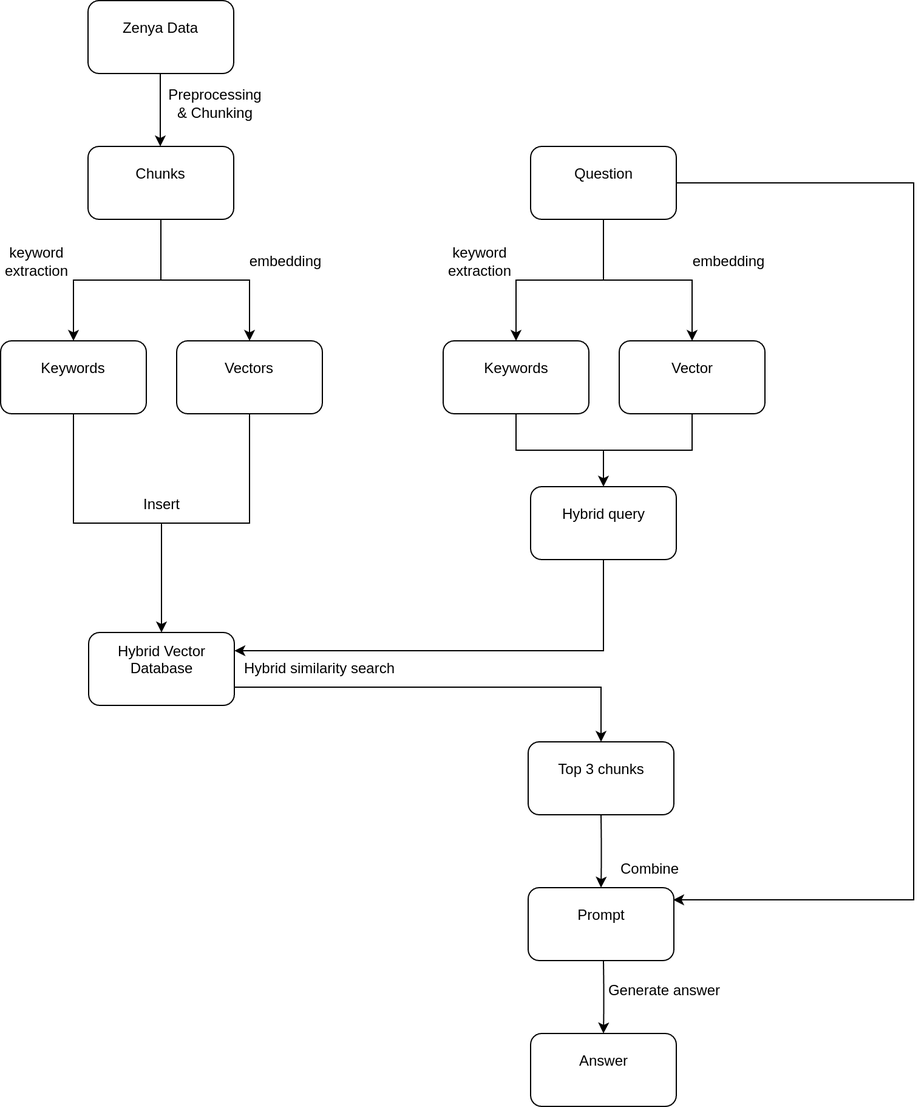
The draw.io diagram fig/dataflow_graph.png in Gianni-Van-de-Velde/thesis-paper, before a commit. Source tidied: cells renumbered, new cells last; positions are measured from the earlier drawing's top-left corner, leaving out a move shared by most shapes.
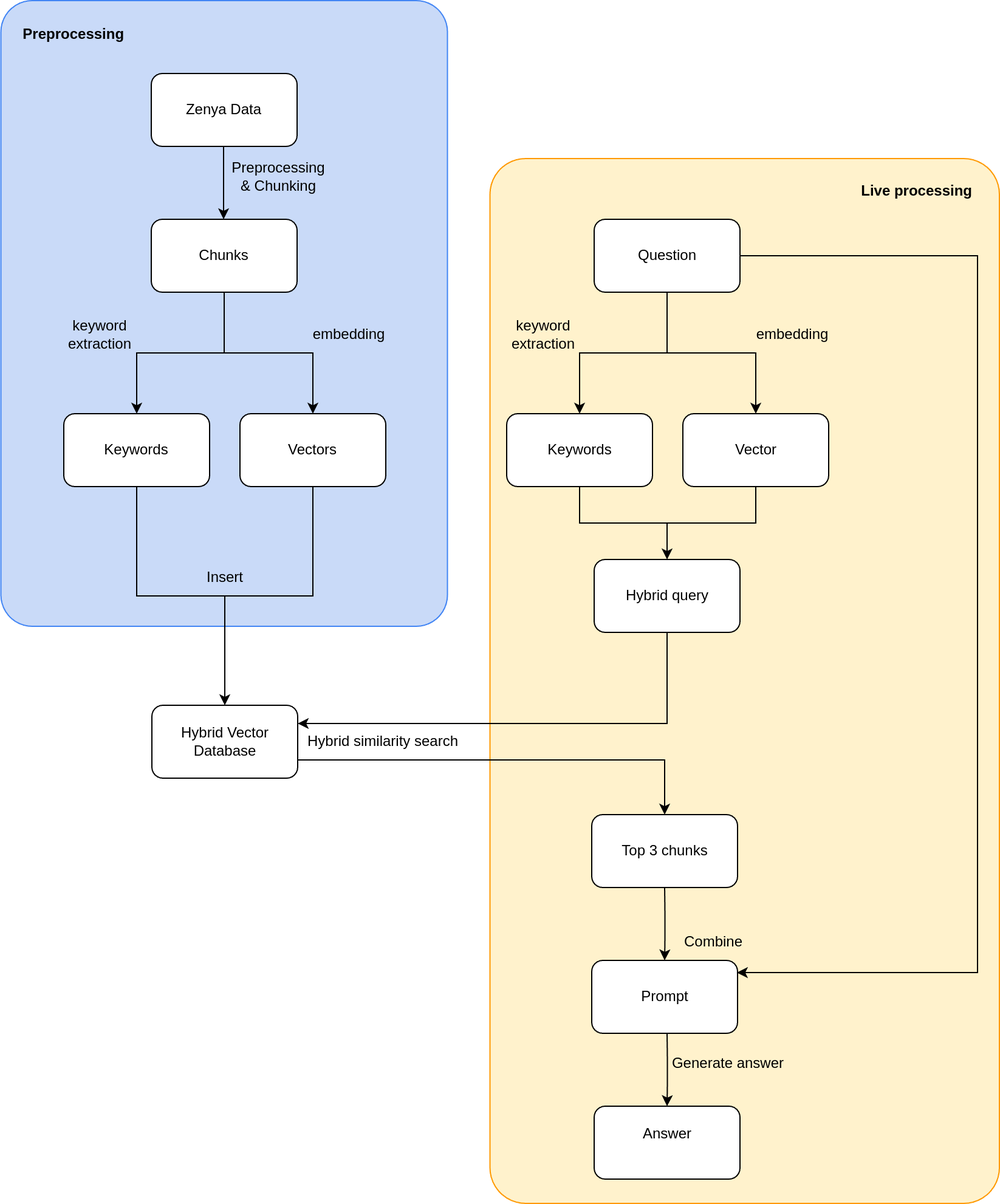
The same diagram one commit later.

The edit, as a diff of the source:
```diff
@@ -2,16 +2,22 @@
   <root>
     <mxCell id="0" />
     <mxCell id="1" parent="0" />
+    <mxCell id="37" value="&lt;div&gt;&lt;b&gt;&amp;nbsp; &amp;nbsp; &amp;nbsp;Live processing&amp;nbsp; &amp;nbsp; &amp;nbsp;&amp;nbsp;&lt;/b&gt;&lt;/div&gt;&lt;div&gt;&lt;b&gt;&lt;br&gt;&lt;/b&gt;&lt;/div&gt;&lt;div&gt;&lt;b&gt;&lt;br&gt;&lt;/b&gt;&lt;/div&gt;&lt;div&gt;&lt;b&gt;&lt;br&gt;&lt;/b&gt;&lt;/div&gt;&lt;div&gt;&lt;br&gt;&lt;/div&gt;&lt;div&gt;&lt;b&gt;&lt;br&gt;&lt;/b&gt;&lt;/div&gt;&lt;div&gt;&lt;b&gt;&lt;br&gt;&lt;/b&gt;&lt;/div&gt;&lt;div&gt;&lt;b&gt;&lt;br&gt;&lt;/b&gt;&lt;/div&gt;&lt;div&gt;&lt;b&gt;&lt;br&gt;&lt;/b&gt;&lt;/div&gt;&lt;div&gt;&lt;b&gt;&lt;br&gt;&lt;/b&gt;&lt;/div&gt;&lt;div&gt;&lt;b&gt;&lt;br&gt;&lt;/b&gt;&lt;/div&gt;&lt;div&gt;&lt;b&gt;&lt;br&gt;&lt;/b&gt;&lt;/div&gt;&lt;div&gt;&lt;b&gt;&lt;br&gt;&lt;/b&gt;&lt;/div&gt;&lt;div&gt;&lt;b&gt;&lt;br&gt;&lt;/b&gt;&lt;/div&gt;&lt;div&gt;&lt;b&gt;&lt;br&gt;&lt;/b&gt;&lt;/div&gt;&lt;div&gt;&lt;b&gt;&lt;br&gt;&lt;/b&gt;&lt;/div&gt;&lt;div&gt;&lt;b&gt;&lt;br&gt;&lt;/b&gt;&lt;/div&gt;&lt;div&gt;&lt;b&gt;&lt;br&gt;&lt;/b&gt;&lt;/div&gt;&lt;div&gt;&lt;b&gt;&lt;br&gt;&lt;/b&gt;&lt;/div&gt;&lt;div&gt;&lt;b&gt;&lt;br&gt;&lt;/b&gt;&lt;/div&gt;&lt;div&gt;&lt;b&gt;&lt;br&gt;&lt;/b&gt;&lt;/div&gt;&lt;div&gt;&lt;b&gt;&lt;br&gt;&lt;/b&gt;&lt;/div&gt;&lt;div&gt;&lt;b&gt;&lt;br&gt;&lt;/b&gt;&lt;/div&gt;&lt;div&gt;&lt;b&gt;&lt;br&gt;&lt;/b&gt;&lt;/div&gt;&lt;div&gt;&lt;b&gt;&lt;br&gt;&lt;/b&gt;&lt;/div&gt;&lt;div&gt;&lt;b&gt;&lt;br&gt;&lt;/b&gt;&lt;/div&gt;&lt;div&gt;&lt;b&gt;&lt;br&gt;&lt;/b&gt;&lt;/div&gt;&lt;div&gt;&lt;b&gt;&lt;br&gt;&lt;/b&gt;&lt;/div&gt;&lt;div&gt;&lt;b&gt;&lt;br&gt;&lt;/b&gt;&lt;/div&gt;&lt;div&gt;&lt;b&gt;&lt;br&gt;&lt;/b&gt;&lt;/div&gt;&lt;div&gt;&lt;b&gt;&lt;br&gt;&lt;/b&gt;&lt;/div&gt;&lt;div&gt;&lt;b&gt;&lt;br&gt;&lt;/b&gt;&lt;/div&gt;&lt;div&gt;&lt;b&gt;&lt;br&gt;&lt;/b&gt;&lt;/div&gt;&lt;div&gt;&lt;b&gt;&lt;br&gt;&lt;/b&gt;&lt;/div&gt;&lt;div&gt;&lt;b&gt;&lt;br&gt;&lt;/b&gt;&lt;/div&gt;&lt;div&gt;&lt;b&gt;&lt;br&gt;&lt;/b&gt;&lt;/div&gt;&lt;div&gt;&lt;b&gt;&lt;br&gt;&lt;/b&gt;&lt;/div&gt;&lt;div&gt;&lt;br&gt;&lt;/div&gt;&lt;div&gt;&lt;br&gt;&lt;/div&gt;&lt;div&gt;&lt;br&gt;&lt;/div&gt;&lt;div&gt;&lt;br&gt;&lt;/div&gt;&lt;div&gt;&lt;br&gt;&lt;/div&gt;&lt;div&gt;&lt;br&gt;&lt;/div&gt;&lt;div&gt;&lt;br&gt;&lt;/div&gt;&lt;div&gt;&lt;br&gt;&lt;/div&gt;&lt;div&gt;&lt;br&gt;&lt;/div&gt;&lt;div&gt;&lt;br&gt;&lt;/div&gt;&lt;div&gt;&lt;br&gt;&lt;/div&gt;&lt;div&gt;&lt;br&gt;&lt;/div&gt;&lt;div&gt;&lt;br&gt;&lt;/div&gt;&lt;div&gt;&lt;br&gt;&lt;/div&gt;&lt;div&gt;&lt;br&gt;&lt;/div&gt;&lt;div&gt;&lt;br&gt;&lt;/div&gt;&lt;div&gt;&lt;br&gt;&lt;/div&gt;&lt;div&gt;&lt;br&gt;&lt;/div&gt;&lt;div&gt;&lt;br&gt;&lt;/div&gt;&lt;div&gt;&lt;br&gt;&lt;/div&gt;" style="rounded=1;whiteSpace=wrap;html=1;fillColor=#FFF2CC;strokeColor=#FF9900;arcSize=7;align=right;" parent="1" vertex="1">
+      <mxGeometry x="350.8" y="70" width="419.2" height="860" as="geometry" />
+    </mxCell>
+    <mxCell id="38" value="&lt;div&gt;&lt;b&gt;&amp;nbsp; &amp;nbsp; &amp;nbsp;Preprocessing&lt;/b&gt;&lt;/div&gt;&lt;div&gt;&lt;b&gt;&lt;br&gt;&lt;/b&gt;&lt;/div&gt;&lt;div&gt;&lt;b&gt;&lt;br&gt;&lt;/b&gt;&lt;/div&gt;&lt;div&gt;&lt;b&gt;&lt;br&gt;&lt;/b&gt;&lt;/div&gt;&lt;div&gt;&lt;b&gt;&lt;br&gt;&lt;/b&gt;&lt;/div&gt;&lt;div&gt;&lt;b&gt;&lt;br&gt;&lt;/b&gt;&lt;/div&gt;&lt;div&gt;&lt;b&gt;&lt;br&gt;&lt;/b&gt;&lt;/div&gt;&lt;div&gt;&lt;b&gt;&lt;br&gt;&lt;/b&gt;&lt;/div&gt;&lt;div&gt;&lt;b&gt;&lt;br&gt;&lt;/b&gt;&lt;/div&gt;&lt;div&gt;&lt;b&gt;&lt;br&gt;&lt;/b&gt;&lt;/div&gt;&lt;div&gt;&lt;b&gt;&lt;br&gt;&lt;/b&gt;&lt;/div&gt;&lt;div&gt;&lt;b&gt;&lt;br&gt;&lt;/b&gt;&lt;/div&gt;&lt;div&gt;&lt;b&gt;&lt;br&gt;&lt;/b&gt;&lt;/div&gt;&lt;div&gt;&lt;b&gt;&lt;br&gt;&lt;/b&gt;&lt;/div&gt;&lt;div&gt;&lt;b&gt;&lt;br&gt;&lt;/b&gt;&lt;/div&gt;&lt;div&gt;&lt;b&gt;&lt;br&gt;&lt;/b&gt;&lt;/div&gt;&lt;div&gt;&lt;b&gt;&lt;br&gt;&lt;/b&gt;&lt;/div&gt;&lt;div&gt;&lt;b&gt;&lt;br&gt;&lt;/b&gt;&lt;/div&gt;&lt;div&gt;&lt;b&gt;&lt;br&gt;&lt;/b&gt;&lt;/div&gt;&lt;div&gt;&lt;b&gt;&lt;br&gt;&lt;/b&gt;&lt;/div&gt;&lt;div&gt;&lt;b&gt;&lt;br&gt;&lt;/b&gt;&lt;/div&gt;&lt;div&gt;&lt;b&gt;&lt;br&gt;&lt;/b&gt;&lt;/div&gt;&lt;div&gt;&lt;b&gt;&lt;br&gt;&lt;/b&gt;&lt;/div&gt;&lt;div&gt;&lt;b&gt;&lt;br&gt;&lt;/b&gt;&lt;/div&gt;&lt;div&gt;&lt;b&gt;&lt;br&gt;&lt;/b&gt;&lt;/div&gt;&lt;div&gt;&lt;b&gt;&lt;br&gt;&lt;/b&gt;&lt;/div&gt;&lt;div&gt;&lt;b&gt;&lt;br&gt;&lt;/b&gt;&lt;/div&gt;&lt;div&gt;&lt;b&gt;&lt;br&gt;&lt;/b&gt;&lt;/div&gt;&lt;div&gt;&lt;b&gt;&lt;br&gt;&lt;/b&gt;&lt;/div&gt;&lt;div&gt;&lt;b&gt;&lt;br&gt;&lt;/b&gt;&lt;/div&gt;&lt;div&gt;&lt;b&gt;&lt;br&gt;&lt;/b&gt;&lt;/div&gt;&lt;div&gt;&lt;b&gt;&lt;br&gt;&lt;/b&gt;&lt;/div&gt;&lt;div&gt;&lt;br&gt;&lt;/div&gt;" style="rounded=1;whiteSpace=wrap;html=1;fillColor=#C9DAF8;strokeColor=#4285F4;arcSize=7;align=left;" parent="1" vertex="1">
+      <mxGeometry x="-51.8" y="-60" width="367.5" height="515" as="geometry" />
+    </mxCell>
-    <mxCell id="2" value="Zenya Data&lt;div&gt;&lt;br&gt;&lt;/div&gt;" style="rounded=1;whiteSpace=wrap;html=1;" parent="1" vertex="1">
+    <mxCell id="2" value="Zenya Data" style="rounded=1;whiteSpace=wrap;html=1;" parent="1" vertex="1">
       <mxGeometry x="72" width="120" height="60" as="geometry" />
     </mxCell>
-    <mxCell id="3" value="Hybrid Vector Database&lt;div&gt;&lt;br&gt;&lt;/div&gt;" style="rounded=1;whiteSpace=wrap;html=1;" parent="1" vertex="1">
+    <mxCell id="3" value="Hybrid Vector Database" style="rounded=1;whiteSpace=wrap;html=1;" parent="1" vertex="1">
       <mxGeometry x="72.5" y="520" width="120" height="60" as="geometry" />
     </mxCell>
-    <mxCell id="4" value="Question&lt;div&gt;&lt;br&gt;&lt;/div&gt;" style="rounded=1;whiteSpace=wrap;html=1;" parent="1" vertex="1">
+    <mxCell id="4" value="Question" style="rounded=1;whiteSpace=wrap;html=1;" parent="1" vertex="1">
       <mxGeometry x="436.5" y="120" width="120" height="60" as="geometry" />
     </mxCell>
-    <mxCell id="5" value="&lt;div&gt;Prompt&lt;/div&gt;&lt;div&gt;&lt;br&gt;&lt;/div&gt;" style="rounded=1;whiteSpace=wrap;html=1;" parent="1" vertex="1">
+    <mxCell id="5" value="&lt;div&gt;Prompt&lt;/div&gt;" style="rounded=1;whiteSpace=wrap;html=1;" parent="1" vertex="1">
       <mxGeometry x="434.5" y="730" width="120" height="60" as="geometry" />
     </mxCell>
     <mxCell id="6" style="endArrow=classic;html=1;rounded=0;exitX=0.5;exitY=1;exitDx=0;exitDy=0;entryX=0.5;entryY=0;entryDx=0;entryDy=0;edgeStyle=orthogonalEdgeStyle;" parent="1" edge="1" source="13" target="10">
@@ -28,7 +34,7 @@
     <mxCell id="9" value="Combine" style="text;html=1;align=center;verticalAlign=middle;whiteSpace=wrap;rounded=0;" parent="1" vertex="1">
       <mxGeometry x="484.5" y="700" width="100" height="30" as="geometry" />
     </mxCell>
-    <mxCell id="10" value="Keywords&lt;div&gt;&lt;br&gt;&lt;/div&gt;" style="rounded=1;whiteSpace=wrap;html=1;" parent="1" vertex="1">
+    <mxCell id="10" value="Keywords" style="rounded=1;whiteSpace=wrap;html=1;" parent="1" vertex="1">
       <mxGeometry y="280" width="120" height="60" as="geometry" />
     </mxCell>
     <mxCell id="11" style="endArrow=classic;html=1;rounded=0;exitX=0.5;exitY=1;exitDx=0;exitDy=0;entryX=0.5;entryY=0;entryDx=0;entryDy=0;edgeStyle=orthogonalEdgeStyle;" parent="1" edge="1" source="10" target="3">
@@ -37,19 +43,19 @@
     <mxCell id="12" value="Insert" style="text;html=1;align=center;verticalAlign=middle;whiteSpace=wrap;rounded=0;" parent="1" vertex="1">
       <mxGeometry x="87.5" y="400" width="90" height="30" as="geometry" />
     </mxCell>
-    <mxCell id="13" value="Chunks&lt;div&gt;&lt;br&gt;&lt;/div&gt;" style="rounded=1;whiteSpace=wrap;html=1;" parent="1" vertex="1">
+    <mxCell id="13" value="Chunks" style="rounded=1;whiteSpace=wrap;html=1;" parent="1" vertex="1">
       <mxGeometry x="72" y="120" width="120" height="60" as="geometry" />
     </mxCell>
-    <mxCell id="14" value="Vectors&lt;div&gt;&lt;br&gt;&lt;/div&gt;" style="rounded=1;whiteSpace=wrap;html=1;" parent="1" vertex="1">
+    <mxCell id="14" value="Vectors" style="rounded=1;whiteSpace=wrap;html=1;" parent="1" vertex="1">
       <mxGeometry x="145" y="280" width="120" height="60" as="geometry" />
     </mxCell>
     <mxCell id="15" style="endArrow=classic;html=1;rounded=0;exitX=0.5;exitY=1;exitDx=0;exitDy=0;entryX=0.5;entryY=0;entryDx=0;entryDy=0;edgeStyle=orthogonalEdgeStyle;" parent="1" edge="1" source="13" target="14">
       <mxGeometry relative="1" as="geometry" />
     </mxCell>
-    <mxCell id="16" value="Keywords&lt;div&gt;&lt;br&gt;&lt;/div&gt;" style="rounded=1;whiteSpace=wrap;html=1;" parent="1" vertex="1">
+    <mxCell id="16" value="Keywords" style="rounded=1;whiteSpace=wrap;html=1;" parent="1" vertex="1">
       <mxGeometry x="364.5" y="280" width="120" height="60" as="geometry" />
     </mxCell>
-    <mxCell id="17" value="Vector&lt;div&gt;&lt;br&gt;&lt;/div&gt;" style="rounded=1;whiteSpace=wrap;html=1;" parent="1" vertex="1">
+    <mxCell id="17" value="Vector" style="rounded=1;whiteSpace=wrap;html=1;" parent="1" vertex="1">
       <mxGeometry x="509.5" y="280" width="120" height="60" as="geometry" />
     </mxCell>
     <mxCell id="18" style="endArrow=classic;html=1;rounded=0;exitX=0.5;exitY=1;exitDx=0;exitDy=0;entryX=0.5;entryY=0;entryDx=0;entryDy=0;edgeStyle=orthogonalEdgeStyle;curved=1;" parent="1" edge="1">
@@ -61,7 +67,7 @@
     <mxCell id="19" style="endArrow=classic;html=1;rounded=0;exitX=0.5;exitY=1;exitDx=0;exitDy=0;entryX=0.5;entryY=0;entryDx=0;entryDy=0;edgeStyle=orthogonalEdgeStyle;" parent="1" edge="1" source="14" target="3">
       <mxGeometry relative="1" as="geometry" />
     </mxCell>
-    <mxCell id="20" value="Hybrid query&lt;div&gt;&lt;br&gt;&lt;/div&gt;" style="rounded=1;whiteSpace=wrap;html=1;" parent="1" vertex="1">
+    <mxCell id="20" value="Hybrid query" style="rounded=1;whiteSpace=wrap;html=1;" parent="1" vertex="1">
       <mxGeometry x="436.5" y="400" width="120" height="60" as="geometry" />
     </mxCell>
     <mxCell id="21" style="endArrow=classic;html=1;rounded=0;exitX=0.5;exitY=1;exitDx=0;exitDy=0;entryX=0.5;entryY=0;entryDx=0;entryDy=0;edgeStyle=orthogonalEdgeStyle;" parent="1" edge="1" source="16" target="20">
@@ -70,7 +76,7 @@
     <mxCell id="22" style="endArrow=classic;html=1;rounded=0;exitX=0.5;exitY=1;exitDx=0;exitDy=0;entryX=0.5;entryY=0;entryDx=0;entryDy=0;edgeStyle=orthogonalEdgeStyle;" parent="1" edge="1" source="17" target="20">
       <mxGeometry relative="1" as="geometry" />
     </mxCell>
-    <mxCell id="23" value="Top 3 chunks&lt;div&gt;&lt;br&gt;&lt;/div&gt;" style="rounded=1;whiteSpace=wrap;html=1;" parent="1" vertex="1">
+    <mxCell id="23" value="Top 3 chunks" style="rounded=1;whiteSpace=wrap;html=1;" parent="1" vertex="1">
       <mxGeometry x="434.5" y="610" width="120" height="60" as="geometry" />
     </mxCell>
     <mxCell id="24" style="endArrow=classic;html=1;rounded=0;exitX=0.5;exitY=1;exitDx=0;exitDy=0;entryX=0.5;entryY=0;entryDx=0;entryDy=0;edgeStyle=orthogonalEdgeStyle;" parent="1" edge="1" source="4" target="17">
```
